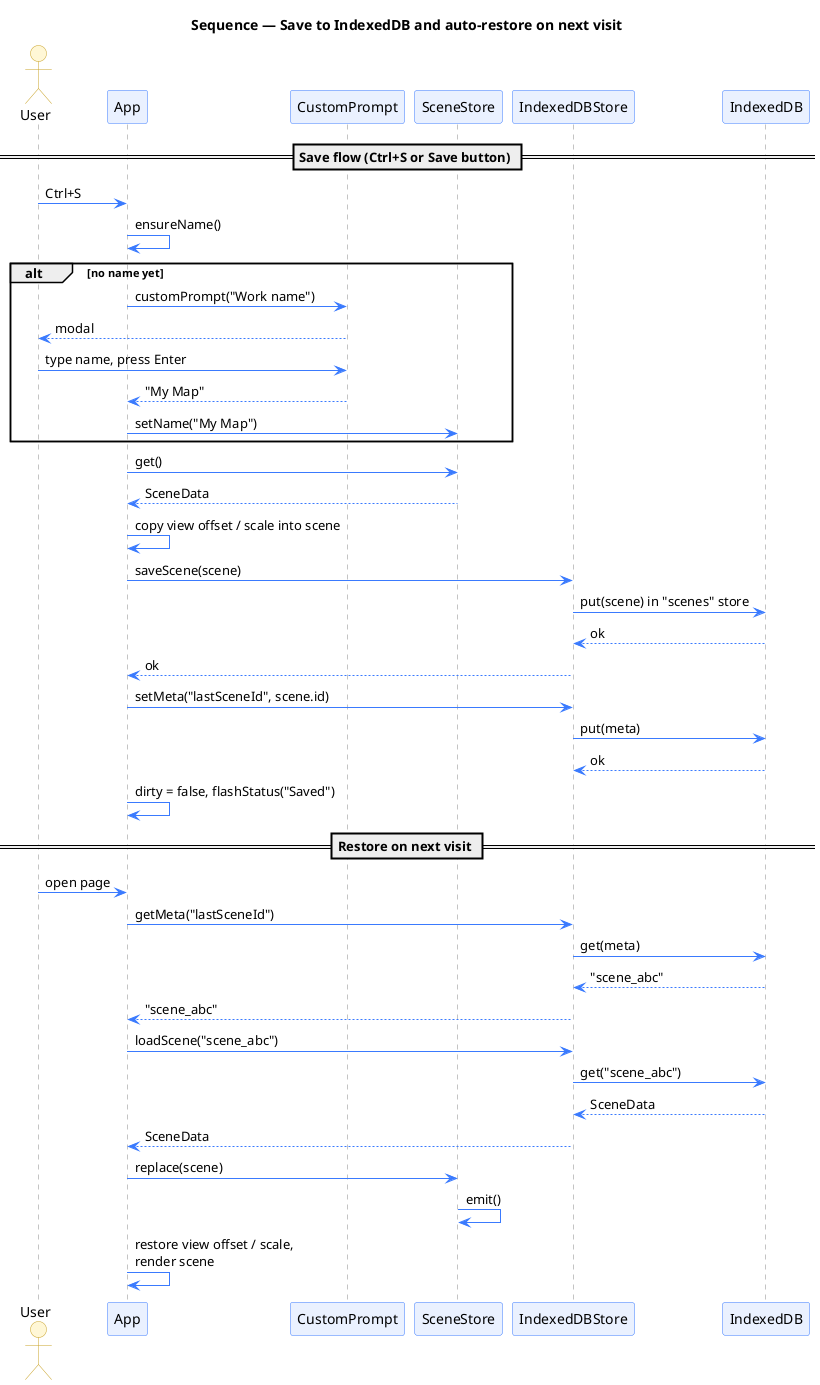
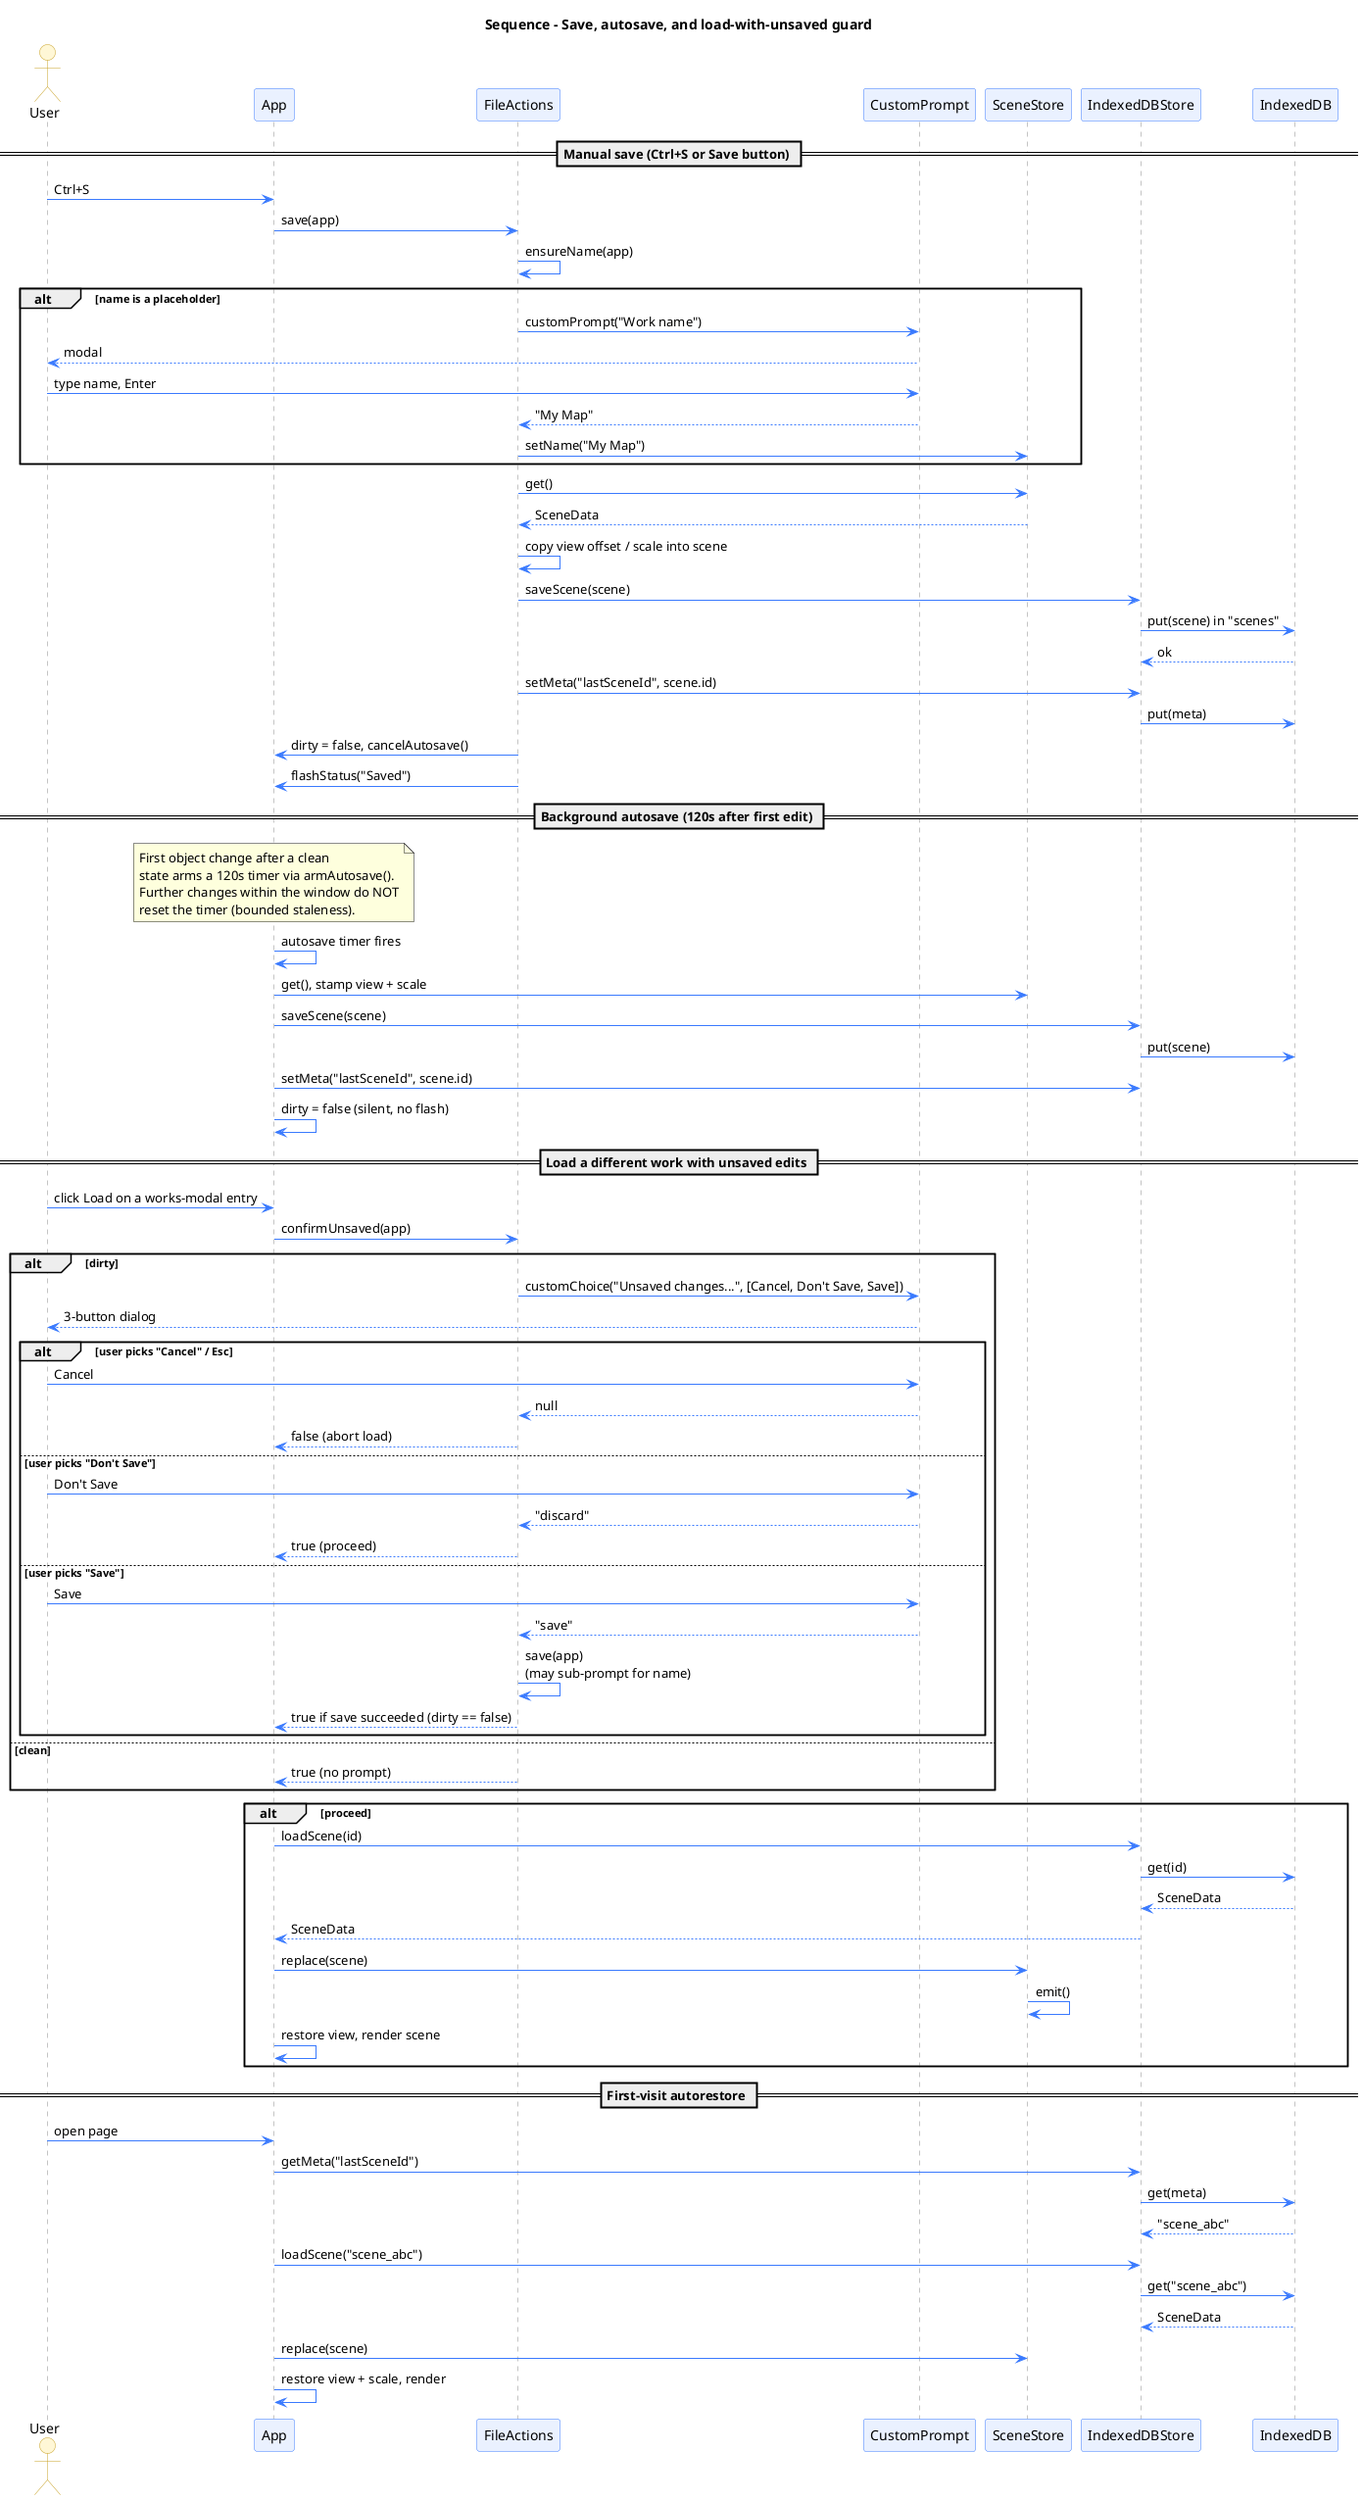
@startuml sequence-save-load
- title Sequence — Save to IndexedDB and auto-restore on next visit
+ title Sequence - Save, autosave, and load-with-unsaved guard

skinparam shadowing false
skinparam sequence {
  ArrowColor #3A7AFE
  LifeLineBorderColor #888888
  ParticipantBorderColor #3A7AFE
  ParticipantBackgroundColor #EAF1FF
  ActorBackgroundColor #FFF7D6
  ActorBorderColor #C9A227
}

actor User
participant App as app
+ participant FileActions as fa
participant CustomPrompt as prompt
participant SceneStore as store
participant IndexedDBStore as db
participant IndexedDB as idb

- == Save flow (Ctrl+S or Save button) ==
+ == Manual save (Ctrl+S or Save button) ==
User -> app : Ctrl+S
- app -> app : ensureName()
- alt no name yet
-   app -> prompt : customPrompt("Work name")
+ app -> fa : save(app)
+ fa -> fa : ensureName(app)
+ alt name is a placeholder
+   fa -> prompt : customPrompt("Work name")
  prompt --> User : modal
-   User -> prompt : type name, press Enter
-   prompt --> app : "My Map"
-   app -> store : setName("My Map")
+   User -> prompt : type name, Enter
+   prompt --> fa : "My Map"
+   fa -> store : setName("My Map")
end
- app -> store : get()
- store --> app : SceneData
- app -> app : copy view offset / scale into scene
+ fa -> store : get()
+ store --> fa : SceneData
+ fa -> fa : copy view offset / scale into scene
+ fa -> db : saveScene(scene)
+ db -> idb : put(scene) in "scenes"
+ idb --> db : ok
+ fa -> db : setMeta("lastSceneId", scene.id)
+ db -> idb : put(meta)
+ fa -> app : dirty = false, cancelAutosave()
+ fa -> app : flashStatus("Saved")
+ 
+ == Background autosave (120s after first edit) ==
+ note over app
+   First object change after a clean
+   state arms a 120s timer via armAutosave().
+   Further changes within the window do NOT
+   reset the timer (bounded staleness).
+ end note
+ app -> app : autosave timer fires
+ app -> store : get(), stamp view + scale
app -> db : saveScene(scene)
- db -> idb : put(scene) in "scenes" store
- idb --> db : ok
- db --> app : ok
+ db -> idb : put(scene)
app -> db : setMeta("lastSceneId", scene.id)
- db -> idb : put(meta)
- idb --> db : ok
- app -> app : dirty = false, flashStatus("Saved")
+ app -> app : dirty = false (silent, no flash)

- == Restore on next visit ==
+ == Load a different work with unsaved edits ==
+ User -> app : click Load on a works-modal entry
+ app -> fa : confirmUnsaved(app)
+ alt dirty
+   fa -> prompt : customChoice("Unsaved changes...", [Cancel, Don't Save, Save])
+   prompt --> User : 3-button dialog
+   alt user picks "Cancel" / Esc
+     User -> prompt : Cancel
+     prompt --> fa : null
+     fa --> app : false (abort load)
+   else user picks "Don't Save"
+     User -> prompt : Don't Save
+     prompt --> fa : "discard"
+     fa --> app : true (proceed)
+   else user picks "Save"
+     User -> prompt : Save
+     prompt --> fa : "save"
+     fa -> fa : save(app)\n(may sub-prompt for name)
+     fa --> app : true if save succeeded (dirty == false)
+   end
+ else clean
+   fa --> app : true (no prompt)
+ end
+ alt proceed
+   app -> db : loadScene(id)
+   db -> idb : get(id)
+   idb --> db : SceneData
+   db --> app : SceneData
+   app -> store : replace(scene)
+   store -> store : emit()
+   app -> app : restore view, render scene
+ end
+ 
+ == First-visit autorestore ==
User -> app : open page
app -> db : getMeta("lastSceneId")
db -> idb : get(meta)
idb --> db : "scene_abc"
- db --> app : "scene_abc"
app -> db : loadScene("scene_abc")
db -> idb : get("scene_abc")
idb --> db : SceneData
- db --> app : SceneData
app -> store : replace(scene)
- store -> store : emit()
- app -> app : restore view offset / scale,\nrender scene
+ app -> app : restore view + scale, render

@enduml
